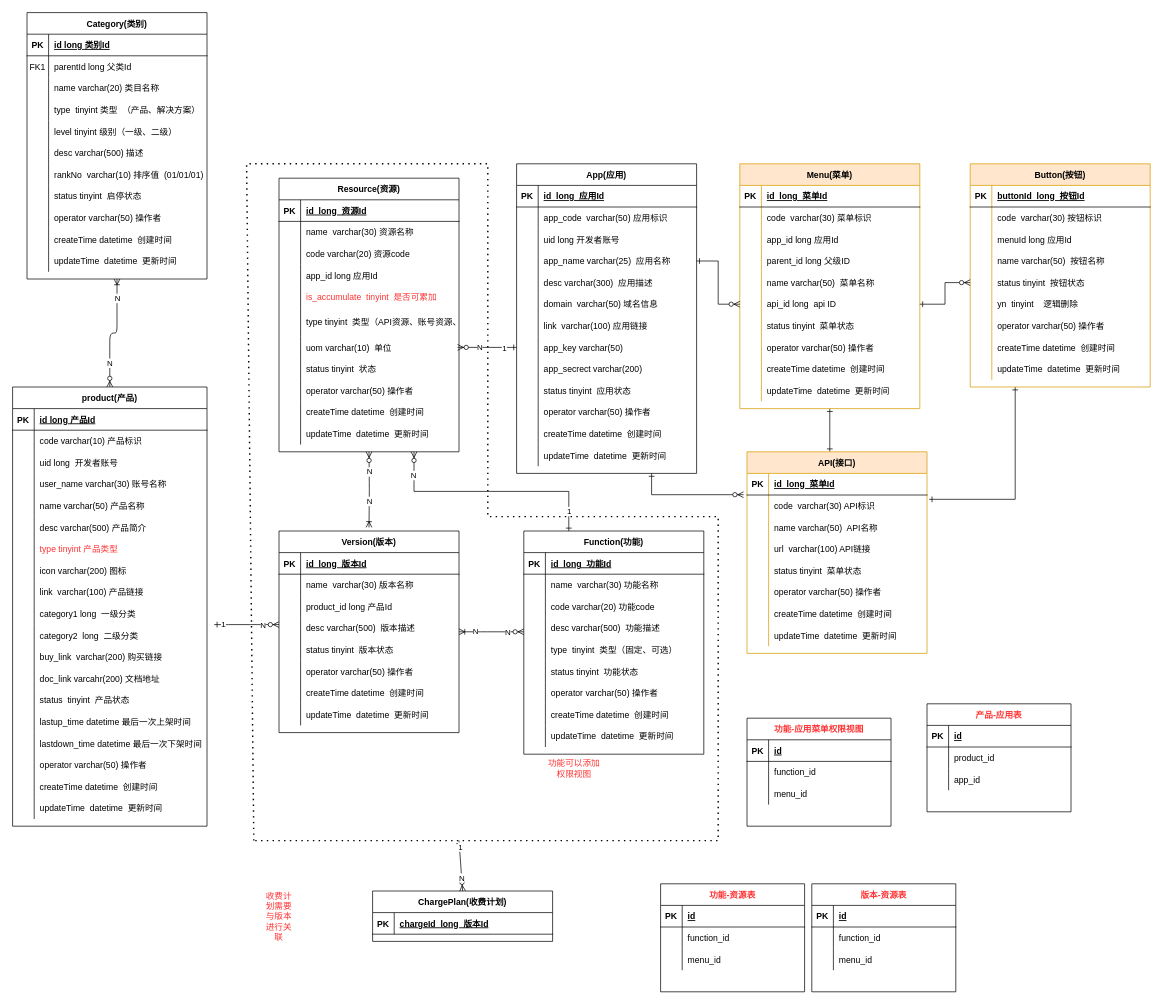
This is page "Page-1" (1 of 2) of product.drawio from AjaxXu/Diagram, a draw.io file, before an edit. Source tidied: cells renumbered, new cells numbered last; positions are measured from the earlier drawing's top-left corner, leaving out a move shared by most shapes. Both pictures are drawn from the tidied source at 72%, with x=0, y=0 at pixel (12, 12).
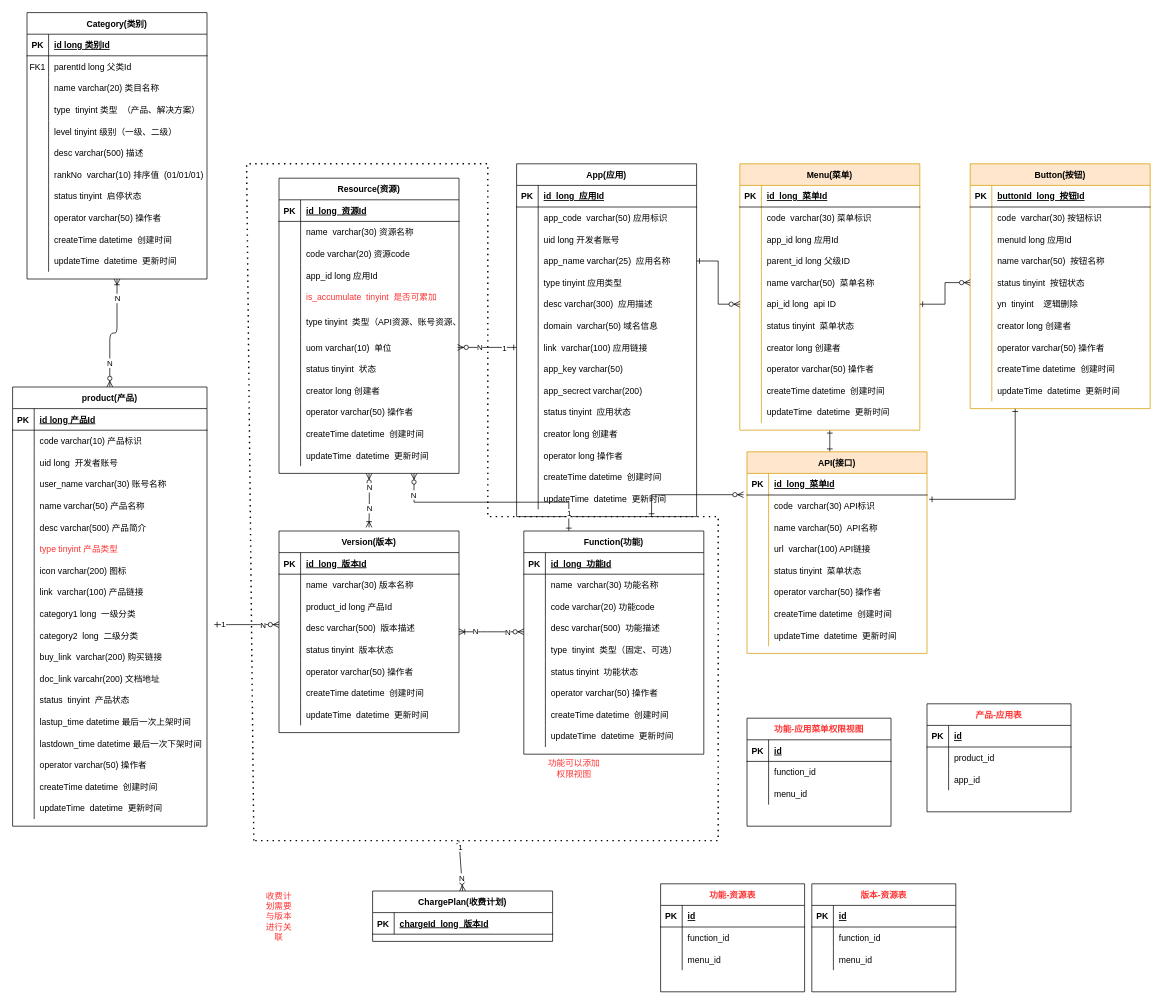
The same diagram, later.

The edit, as a diff of the source:
```diff
@@
     <mxCell id="3" value="App(应用)" style="shape=table;startSize=30;childLayout=tableLayout;rowLines=0;fontStyle=1;align=center;" parent="1" vertex="1">
-      <mxGeometry x="700" y="210" width="250" height="430" as="geometry" />
+      <mxGeometry x="700" y="210" width="250" height="490" as="geometry" />
     </mxCell>
@@
+    <mxCell id="379" style="shape=partialRectangle;fillColor=none;top=0;left=0;right=0;bottom=0;" parent="3" vertex="1">
+      <mxGeometry y="150" width="250" height="30" as="geometry" />
+    </mxCell>
+    <mxCell id="380" style="shape=partialRectangle;overflow=hidden;fillColor=none;top=0;left=0;bottom=0;right=0;" parent="379" vertex="1">
+      <mxGeometry width="30" height="30" as="geometry" />
+    </mxCell>
+    <mxCell id="381" value="type tinyint 应用类型" style="shape=partialRectangle;overflow=hidden;fillColor=none;top=0;left=0;bottom=0;right=0;align=left;spacingLeft=6;" parent="379" vertex="1">
+      <mxGeometry x="30" width="220" height="30" as="geometry" />
+    </mxCell>
     <mxCell id="16" style="shape=partialRectangle;fillColor=none;top=0;left=0;right=0;bottom=0;" parent="3" vertex="1">
-      <mxGeometry y="150" width="250" height="30" as="geometry" />
+      <mxGeometry y="180" width="250" height="30" as="geometry" />
     </mxCell>
@@
     <mxCell id="19" style="shape=partialRectangle;fillColor=none;top=0;left=0;right=0;bottom=0;" parent="3" vertex="1">
-      <mxGeometry y="180" width="250" height="30" as="geometry" />
+      <mxGeometry y="210" width="250" height="30" as="geometry" />
     </mxCell>
@@
     <mxCell id="22" style="shape=partialRectangle;fillColor=none;top=0;left=0;right=0;bottom=0;" parent="3" vertex="1">
-      <mxGeometry y="210" width="250" height="30" as="geometry" />
+      <mxGeometry y="240" width="250" height="30" as="geometry" />
     </mxCell>
@@
     <mxCell id="25" style="shape=partialRectangle;fillColor=none;top=0;left=0;right=0;bottom=0;" parent="3" vertex="1">
-      <mxGeometry y="240" width="250" height="30" as="geometry" />
+      <mxGeometry y="270" width="250" height="30" as="geometry" />
     </mxCell>
@@
     <mxCell id="28" style="shape=partialRectangle;fillColor=none;top=0;left=0;right=0;bottom=0;" parent="3" vertex="1">
-      <mxGeometry y="270" width="250" height="30" as="geometry" />
+      <mxGeometry y="300" width="250" height="30" as="geometry" />
     </mxCell>
@@
     <mxCell id="31" style="shape=partialRectangle;fillColor=none;top=0;left=0;right=0;bottom=0;" parent="3" vertex="1">
-      <mxGeometry y="300" width="250" height="30" as="geometry" />
+      <mxGeometry y="330" width="250" height="30" as="geometry" />
     </mxCell>
@@
+    <mxCell id="382" style="shape=partialRectangle;fillColor=none;top=0;left=0;right=0;bottom=0;" parent="3" vertex="1">
+      <mxGeometry y="360" width="250" height="30" as="geometry" />
+    </mxCell>
+    <mxCell id="383" style="shape=partialRectangle;overflow=hidden;fillColor=none;top=0;left=0;bottom=0;right=0;" parent="382" vertex="1">
+      <mxGeometry width="30" height="30" as="geometry" />
+    </mxCell>
+    <mxCell id="384" value="creator long 创建者" style="shape=partialRectangle;overflow=hidden;fillColor=none;top=0;left=0;bottom=0;right=0;align=left;spacingLeft=6;" parent="382" vertex="1">
+      <mxGeometry x="30" width="220" height="30" as="geometry" />
+    </mxCell>
     <mxCell id="34" style="shape=partialRectangle;fillColor=none;top=0;left=0;right=0;bottom=0;" parent="3" vertex="1">
-      <mxGeometry y="330" width="250" height="30" as="geometry" />
+      <mxGeometry y="390" width="250" height="30" as="geometry" />
     </mxCell>
@@
-    <mxCell id="36" value="operator varchar(50) 操作者" style="shape=partialRectangle;overflow=hidden;fillColor=none;top=0;left=0;bottom=0;right=0;align=left;spacingLeft=6;" parent="34" vertex="1">
+    <mxCell id="36" value="operator long 操作者" style="shape=partialRectangle;overflow=hidden;fillColor=none;top=0;left=0;bottom=0;right=0;align=left;spacingLeft=6;" parent="34" vertex="1">
       <mxGeometry x="30" width="220" height="30" as="geometry" />
     </mxCell>
     <mxCell id="37" style="shape=partialRectangle;fillColor=none;top=0;left=0;right=0;bottom=0;" parent="3" vertex="1">
-      <mxGeometry y="360" width="250" height="30" as="geometry" />
+      <mxGeometry y="420" width="250" height="30" as="geometry" />
     </mxCell>
@@
     <mxCell id="40" style="shape=partialRectangle;fillColor=none;top=0;left=0;right=0;bottom=0;" parent="3" vertex="1">
-      <mxGeometry y="390" width="250" height="30" as="geometry" />
+      <mxGeometry y="450" width="250" height="30" as="geometry" />
     </mxCell>
@@
     <mxCell id="201" value="Resource(资源)" style="shape=table;startSize=30;childLayout=tableLayout;rowLines=0;fontStyle=1;align=center;" parent="1" vertex="1">
-      <mxGeometry x="370" y="230" width="250" height="380" as="geometry" />
+      <mxGeometry x="370" y="230" width="250" height="410" as="geometry" />
     </mxCell>
@@
+    <mxCell id="385" style="shape=partialRectangle;fillColor=none;top=0;left=0;right=0;bottom=0;" parent="201" vertex="1">
+      <mxGeometry y="280" width="250" height="30" as="geometry" />
+    </mxCell>
+    <mxCell id="386" style="shape=partialRectangle;overflow=hidden;fillColor=none;top=0;left=0;bottom=0;right=0;" parent="385" vertex="1">
+      <mxGeometry width="30" height="30" as="geometry" />
+    </mxCell>
+    <mxCell id="387" value="creator long 创建者" style="shape=partialRectangle;overflow=hidden;fillColor=none;top=0;left=0;bottom=0;right=0;align=left;spacingLeft=6;" parent="385" vertex="1">
+      <mxGeometry x="30" width="220" height="30" as="geometry" />
+    </mxCell>
     <mxCell id="226" style="shape=partialRectangle;fillColor=none;top=0;left=0;right=0;bottom=0;" parent="201" vertex="1">
-      <mxGeometry y="280" width="250" height="30" as="geometry" />
+      <mxGeometry y="310" width="250" height="30" as="geometry" />
     </mxCell>
@@
     <mxCell id="229" style="shape=partialRectangle;fillColor=none;top=0;left=0;right=0;bottom=0;" parent="201" vertex="1">
-      <mxGeometry y="310" width="250" height="30" as="geometry" />
+      <mxGeometry y="340" width="250" height="30" as="geometry" />
     </mxCell>
@@
     <mxCell id="232" style="shape=partialRectangle;fillColor=none;top=0;left=0;right=0;bottom=0;" parent="201" vertex="1">
-      <mxGeometry y="340" width="250" height="30" as="geometry" />
+      <mxGeometry y="370" width="250" height="30" as="geometry" />
     </mxCell>
@@
     <mxCell id="245" value="Menu(菜单)" style="shape=table;startSize=30;childLayout=tableLayout;rowLines=0;fontStyle=1;align=center;fillColor=#ffe6cc;strokeColor=#d79b00;" parent="1" vertex="1">
-      <mxGeometry x="1010" y="210" width="250" height="340" as="geometry" />
+      <mxGeometry x="1010" y="210" width="250" height="370" as="geometry" />
     </mxCell>
@@
+    <mxCell id="388" style="shape=partialRectangle;fillColor=none;top=0;left=0;right=0;bottom=0;" parent="245" vertex="1">
+      <mxGeometry y="240" width="250" height="30" as="geometry" />
+    </mxCell>
+    <mxCell id="389" style="shape=partialRectangle;overflow=hidden;fillColor=none;top=0;left=0;bottom=0;right=0;" parent="388" vertex="1">
+      <mxGeometry width="30" height="30" as="geometry" />
+    </mxCell>
+    <mxCell id="390" value="creator long 创建者" style="shape=partialRectangle;overflow=hidden;fillColor=none;top=0;left=0;bottom=0;right=0;align=left;spacingLeft=6;" parent="388" vertex="1">
+      <mxGeometry x="30" width="220" height="30" as="geometry" />
+    </mxCell>
     <mxCell id="267" style="shape=partialRectangle;fillColor=none;top=0;left=0;right=0;bottom=0;" parent="245" vertex="1">
-      <mxGeometry y="240" width="250" height="30" as="geometry" />
+      <mxGeometry y="270" width="250" height="30" as="geometry" />
     </mxCell>
@@
     <mxCell id="270" style="shape=partialRectangle;fillColor=none;top=0;left=0;right=0;bottom=0;" parent="245" vertex="1">
-      <mxGeometry y="270" width="250" height="30" as="geometry" />
+      <mxGeometry y="300" width="250" height="30" as="geometry" />
     </mxCell>
@@
     <mxCell id="273" style="shape=partialRectangle;fillColor=none;top=0;left=0;right=0;bottom=0;" parent="245" vertex="1">
-      <mxGeometry y="300" width="250" height="30" as="geometry" />
+      <mxGeometry y="330" width="250" height="30" as="geometry" />
     </mxCell>
@@
     <mxCell id="303" value="Button(按钮)" style="shape=table;startSize=30;childLayout=tableLayout;rowLines=0;fontStyle=1;align=center;fillColor=#ffe6cc;strokeColor=#d79b00;" parent="1" vertex="1">
-      <mxGeometry x="1330" y="210" width="250" height="310" as="geometry" />
+      <mxGeometry x="1330" y="210" width="250" height="340" as="geometry" />
     </mxCell>
@@
+    <mxCell id="391" style="shape=partialRectangle;fillColor=none;top=0;left=0;right=0;bottom=0;" parent="303" vertex="1">
+      <mxGeometry y="210" width="250" height="30" as="geometry" />
+    </mxCell>
+    <mxCell id="392" style="shape=partialRectangle;overflow=hidden;fillColor=none;top=0;left=0;bottom=0;right=0;" parent="391" vertex="1">
+      <mxGeometry width="30" height="30" as="geometry" />
+    </mxCell>
+    <mxCell id="393" value="creator long 创建者" style="shape=partialRectangle;overflow=hidden;fillColor=none;top=0;left=0;bottom=0;right=0;align=left;spacingLeft=6;" parent="391" vertex="1">
+      <mxGeometry x="30" width="220" height="30" as="geometry" />
+    </mxCell>
     <mxCell id="322" style="shape=partialRectangle;fillColor=none;top=0;left=0;right=0;bottom=0;" parent="303" vertex="1">
-      <mxGeometry y="210" width="250" height="30" as="geometry" />
+      <mxGeometry y="240" width="250" height="30" as="geometry" />
     </mxCell>
@@
     <mxCell id="325" style="shape=partialRectangle;fillColor=none;top=0;left=0;right=0;bottom=0;" parent="303" vertex="1">
-      <mxGeometry y="240" width="250" height="30" as="geometry" />
+      <mxGeometry y="270" width="250" height="30" as="geometry" />
     </mxCell>
@@
     <mxCell id="328" style="shape=partialRectangle;fillColor=none;top=0;left=0;right=0;bottom=0;" parent="303" vertex="1">
-      <mxGeometry y="270" width="250" height="30" as="geometry" />
+      <mxGeometry y="300" width="250" height="30" as="geometry" />
     </mxCell>
```
